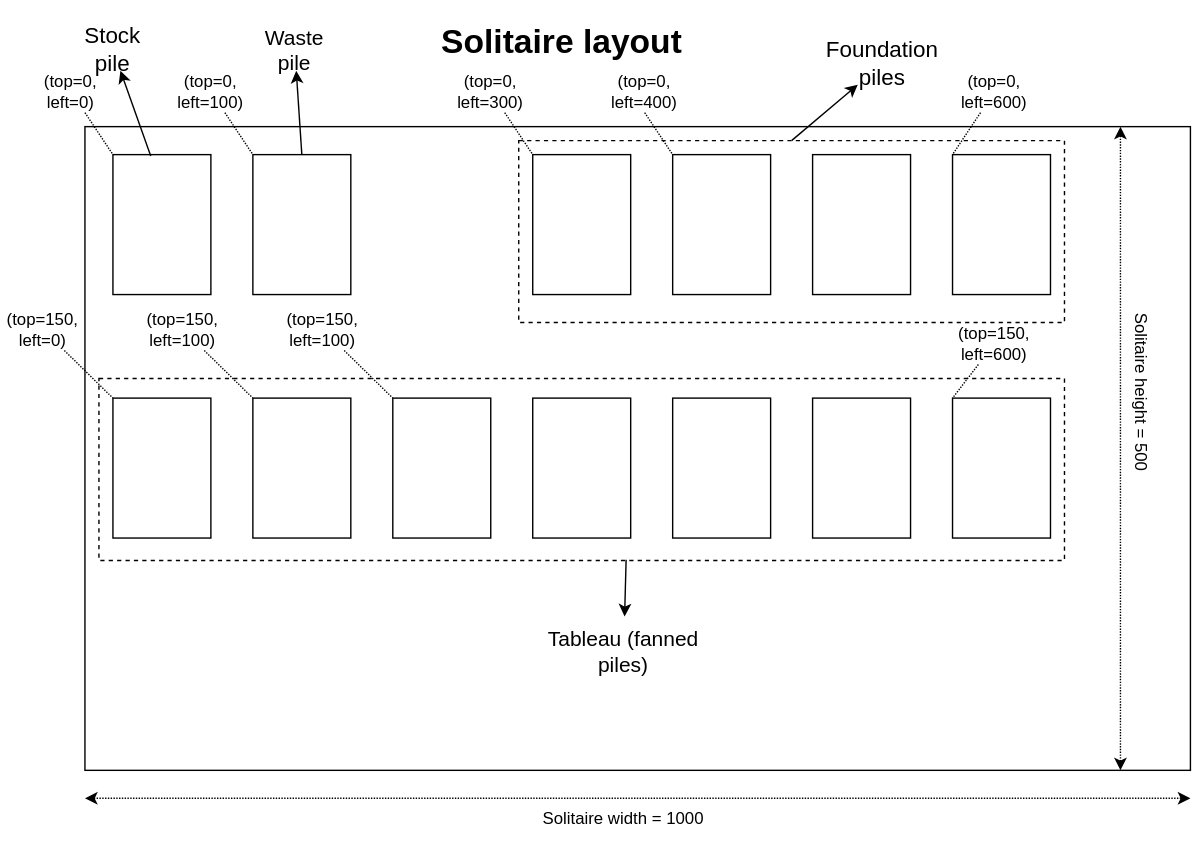
The draw.io diagram sdk/python/examples/tutorials/solitaire/media/solitaire-layout.svg in flet-dev/flet, before a commit. Source tidied: cells renumbered, new cells last; positions are measured from the earlier drawing's top-left corner, leaving out a move shared by most shapes.
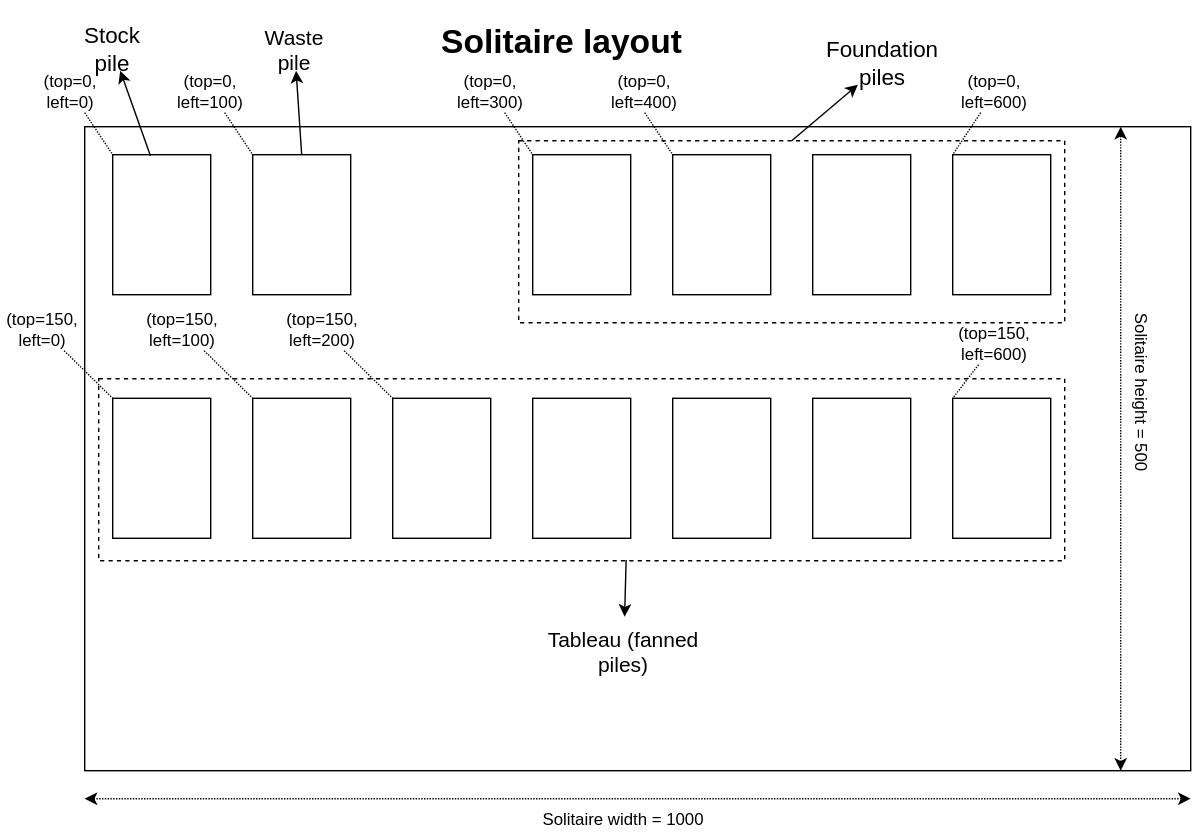
Later version of the same file.

Commit message:
docs: Update solitaire layout image

What changed in the source:
```diff
@@ -129,7 +129,7 @@
         <mxPoint x="180" y="274" as="targetPoint" />
       </mxGeometry>
     </mxCell>
-    <mxCell id="41" value="(top=150, left=100)" style="text;html=1;strokeColor=none;fillColor=none;align=center;verticalAlign=middle;whiteSpace=wrap;rounded=0;dashed=1;fontSize=12;" parent="1" vertex="1">
+    <mxCell id="41" value="(top=150, left=200)" style="text;html=1;strokeColor=none;fillColor=none;align=center;verticalAlign=middle;whiteSpace=wrap;rounded=0;dashed=1;fontSize=12;" parent="1" vertex="1">
       <mxGeometry x="200" y="210" width="60" height="30" as="geometry" />
     </mxCell>
     <mxCell id="42" style="endArrow=none;html=1;rounded=0;shadow=0;dashed=1;dashPattern=1 1;sketch=0;strokeWidth=1;fontSize=12;entryX=0;entryY=0;entryDx=0;entryDy=0;" parent="1" edge="1" source="41">
```
